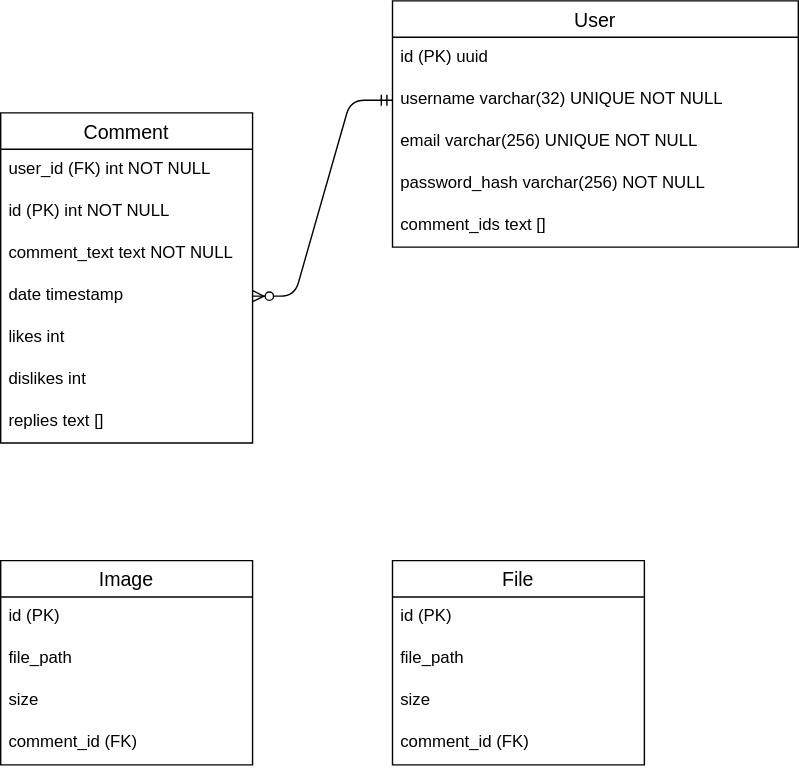
Earlier version of the draw.io export backend/prisma/db-docs.drawio.svg (philippOkie/comments). Source tidied: cells renumbered, new cells last; positions are measured from the earlier drawing's top-left corner, leaving out a move shared by most shapes. The source it was exported from:
```xml
<mxGraphModel>
  <root>
    <mxCell id="0" />
    <mxCell id="1" parent="0" />
    <mxCell id="2" value="User" style="swimlane;fontStyle=0;horizontal=1;startSize=26;align=center;fontSize=14;" parent="1" vertex="1">
      <mxGeometry x="280" width="290" height="176" as="geometry" />
    </mxCell>
    <mxCell id="3" value="id (PK) uuid" style="text;strokeColor=none;fillColor=none;spacingLeft=4;spacingRight=4;overflow=hidden;fontSize=12;" parent="2" vertex="1">
      <mxGeometry y="26" width="290" height="30" as="geometry" />
    </mxCell>
    <mxCell id="4" value="username varchar(32) UNIQUE NOT NULL" style="text;strokeColor=none;fillColor=none;spacingLeft=4;spacingRight=4;overflow=hidden;points=[[0,0.5],[1,0.5]];portConstraint=eastwest;fontSize=12;" parent="2" vertex="1">
      <mxGeometry y="56" width="290" height="30" as="geometry" />
    </mxCell>
    <mxCell id="5" value="email varchar(256) UNIQUE NOT NULL" style="text;strokeColor=none;fillColor=none;spacingLeft=4;spacingRight=4;overflow=hidden;fontSize=12;" parent="2" vertex="1">
      <mxGeometry y="86" width="290" height="30" as="geometry" />
    </mxCell>
    <mxCell id="6" value="password_hash varchar(256) NOT NULL" style="text;strokeColor=none;fillColor=none;spacingLeft=4;spacingRight=4;overflow=hidden;fontSize=12;" parent="2" vertex="1">
      <mxGeometry y="116" width="290" height="30" as="geometry" />
    </mxCell>
    <mxCell id="7" value="comment_ids text []" style="text;strokeColor=none;fillColor=none;spacingLeft=4;spacingRight=4;overflow=hidden;fontSize=12;" parent="2" vertex="1">
      <mxGeometry y="146" width="290" height="30" as="geometry" />
    </mxCell>
    <mxCell id="8" value="Comment" style="swimlane;fontStyle=0;horizontal=1;startSize=26;align=center;fontSize=14;" parent="1" vertex="1">
      <mxGeometry y="80" width="180" height="236" as="geometry" />
    </mxCell>
    <mxCell id="9" value="user_id (FK) int NOT NULL" style="text;strokeColor=none;fillColor=none;spacingLeft=4;spacingRight=4;overflow=hidden;fontSize=12;" parent="8" vertex="1">
      <mxGeometry y="26" width="180" height="30" as="geometry" />
    </mxCell>
    <mxCell id="10" value="id (PK) int NOT NULL" style="text;strokeColor=none;fillColor=none;spacingLeft=4;spacingRight=4;overflow=hidden;fontSize=12;" parent="8" vertex="1">
      <mxGeometry y="56" width="180" height="30" as="geometry" />
    </mxCell>
    <mxCell id="11" value="comment_text text NOT NULL" style="text;strokeColor=none;fillColor=none;spacingLeft=4;spacingRight=4;overflow=hidden;fontSize=12;" parent="8" vertex="1">
      <mxGeometry y="86" width="180" height="30" as="geometry" />
    </mxCell>
    <mxCell id="12" value="date timestamp" style="text;strokeColor=none;fillColor=none;spacingLeft=4;spacingRight=4;overflow=hidden;points=[[0,0.5],[1,0.5]];portConstraint=eastwest;fontSize=12;" parent="8" vertex="1">
      <mxGeometry y="116" width="180" height="30" as="geometry" />
    </mxCell>
    <mxCell id="13" value="likes int" style="text;strokeColor=none;fillColor=none;spacingLeft=4;spacingRight=4;overflow=hidden;fontSize=12;" parent="8" vertex="1">
      <mxGeometry y="146" width="180" height="30" as="geometry" />
    </mxCell>
    <mxCell id="14" value="dislikes int" style="text;strokeColor=none;fillColor=none;spacingLeft=4;spacingRight=4;overflow=hidden;fontSize=12;" parent="8" vertex="1">
      <mxGeometry y="176" width="180" height="30" as="geometry" />
    </mxCell>
    <mxCell id="15" value="replies text []" style="text;strokeColor=none;fillColor=none;spacingLeft=4;spacingRight=4;overflow=hidden;fontSize=12;" parent="8" vertex="1">
      <mxGeometry y="206" width="180" height="30" as="geometry" />
    </mxCell>
    <mxCell id="16" style="edgeStyle=entityRelationEdgeStyle;fontSize=12;html=1;endArrow=ERzeroToMany;startArrow=ERmandOne;exitX=0;exitY=0.5;exitDx=0;exitDy=0;entryX=1;entryY=0.5;entryDx=0;entryDy=0;" parent="1" edge="1" source="4" target="12">
      <mxGeometry relative="1" as="geometry" />
    </mxCell>
    <mxCell id="17" value="Image" style="swimlane;fontStyle=0;horizontal=1;startSize=26;align=center;fontSize=14;" parent="1" vertex="1">
      <mxGeometry y="400" width="180" height="146" as="geometry" />
    </mxCell>
    <mxCell id="18" value="id (PK)" style="text;strokeColor=none;fillColor=none;spacingLeft=4;spacingRight=4;overflow=hidden;fontSize=12;" parent="17" vertex="1">
      <mxGeometry y="26" width="180" height="30" as="geometry" />
    </mxCell>
    <mxCell id="19" value="file_path" style="text;strokeColor=none;fillColor=none;spacingLeft=4;spacingRight=4;overflow=hidden;fontSize=12;" parent="17" vertex="1">
      <mxGeometry y="56" width="180" height="30" as="geometry" />
    </mxCell>
    <mxCell id="20" value="size" style="text;strokeColor=none;fillColor=none;spacingLeft=4;spacingRight=4;overflow=hidden;fontSize=12;" parent="17" vertex="1">
      <mxGeometry y="86" width="180" height="30" as="geometry" />
    </mxCell>
    <mxCell id="21" value="comment_id (FK)" style="text;strokeColor=none;fillColor=none;spacingLeft=4;spacingRight=4;overflow=hidden;fontSize=12;" parent="17" vertex="1">
      <mxGeometry y="116" width="180" height="30" as="geometry" />
    </mxCell>
    <mxCell id="22" value="File" style="swimlane;fontStyle=0;horizontal=1;startSize=26;align=center;fontSize=14;" parent="1" vertex="1">
      <mxGeometry x="280" y="400" width="180" height="146" as="geometry" />
    </mxCell>
    <mxCell id="23" value="id (PK)" style="text;strokeColor=none;fillColor=none;spacingLeft=4;spacingRight=4;overflow=hidden;fontSize=12;" parent="22" vertex="1">
      <mxGeometry y="26" width="180" height="30" as="geometry" />
    </mxCell>
    <mxCell id="24" value="file_path" style="text;strokeColor=none;fillColor=none;spacingLeft=4;spacingRight=4;overflow=hidden;fontSize=12;" parent="22" vertex="1">
      <mxGeometry y="56" width="180" height="30" as="geometry" />
    </mxCell>
    <mxCell id="25" value="size" style="text;strokeColor=none;fillColor=none;spacingLeft=4;spacingRight=4;overflow=hidden;fontSize=12;" parent="22" vertex="1">
      <mxGeometry y="86" width="180" height="30" as="geometry" />
    </mxCell>
    <mxCell id="26" value="comment_id (FK)" style="text;strokeColor=none;fillColor=none;spacingLeft=4;spacingRight=4;overflow=hidden;fontSize=12;" parent="22" vertex="1">
      <mxGeometry y="116" width="180" height="30" as="geometry" />
    </mxCell>
  </root>
</mxGraphModel>
```
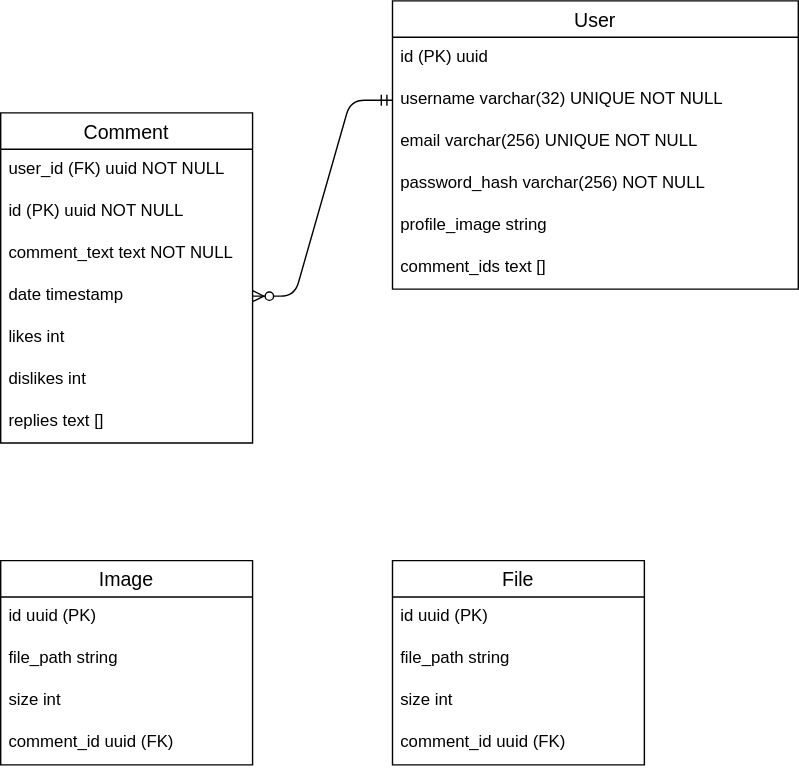
The same file after the commit.

Commit message:
use uuid, keep profile image, cleanup

The edit, as a diff of the source:
```diff
@@ -3,7 +3,7 @@
     <mxCell id="0" />
     <mxCell id="1" parent="0" />
     <mxCell id="2" value="User" style="swimlane;fontStyle=0;horizontal=1;startSize=26;align=center;fontSize=14;" parent="1" vertex="1">
-      <mxGeometry x="280" width="290" height="176" as="geometry" />
+      <mxGeometry x="280" width="290" height="206" as="geometry" />
     </mxCell>
     <mxCell id="3" value="id (PK) uuid" style="text;strokeColor=none;fillColor=none;spacingLeft=4;spacingRight=4;overflow=hidden;fontSize=12;" parent="2" vertex="1">
       <mxGeometry y="26" width="290" height="30" as="geometry" />
@@ -17,16 +17,19 @@
     <mxCell id="6" value="password_hash varchar(256) NOT NULL" style="text;strokeColor=none;fillColor=none;spacingLeft=4;spacingRight=4;overflow=hidden;fontSize=12;" parent="2" vertex="1">
       <mxGeometry y="116" width="290" height="30" as="geometry" />
     </mxCell>
+    <mxCell id="27" value="profile_image string" style="text;strokeColor=none;fillColor=none;spacingLeft=4;spacingRight=4;overflow=hidden;fontSize=12;" parent="2" vertex="1">
+      <mxGeometry y="146" width="290" height="30" as="geometry" />
+    </mxCell>
     <mxCell id="7" value="comment_ids text []" style="text;strokeColor=none;fillColor=none;spacingLeft=4;spacingRight=4;overflow=hidden;fontSize=12;" parent="2" vertex="1">
-      <mxGeometry y="146" width="290" height="30" as="geometry" />
+      <mxGeometry y="176" width="290" height="30" as="geometry" />
     </mxCell>
     <mxCell id="8" value="Comment" style="swimlane;fontStyle=0;horizontal=1;startSize=26;align=center;fontSize=14;" parent="1" vertex="1">
       <mxGeometry y="80" width="180" height="236" as="geometry" />
     </mxCell>
-    <mxCell id="9" value="user_id (FK) int NOT NULL" style="text;strokeColor=none;fillColor=none;spacingLeft=4;spacingRight=4;overflow=hidden;fontSize=12;" parent="8" vertex="1">
+    <mxCell id="9" value="user_id (FK) uuid NOT NULL" style="text;strokeColor=none;fillColor=none;spacingLeft=4;spacingRight=4;overflow=hidden;fontSize=12;" parent="8" vertex="1">
       <mxGeometry y="26" width="180" height="30" as="geometry" />
     </mxCell>
-    <mxCell id="10" value="id (PK) int NOT NULL" style="text;strokeColor=none;fillColor=none;spacingLeft=4;spacingRight=4;overflow=hidden;fontSize=12;" parent="8" vertex="1">
+    <mxCell id="10" value="id (PK) uuid NOT NULL" style="text;strokeColor=none;fillColor=none;spacingLeft=4;spacingRight=4;overflow=hidden;fontSize=12;" parent="8" vertex="1">
       <mxGeometry y="56" width="180" height="30" as="geometry" />
     </mxCell>
     <mxCell id="11" value="comment_text text NOT NULL" style="text;strokeColor=none;fillColor=none;spacingLeft=4;spacingRight=4;overflow=hidden;fontSize=12;" parent="8" vertex="1">
@@ -50,31 +53,31 @@
     <mxCell id="17" value="Image" style="swimlane;fontStyle=0;horizontal=1;startSize=26;align=center;fontSize=14;" parent="1" vertex="1">
       <mxGeometry y="400" width="180" height="146" as="geometry" />
     </mxCell>
-    <mxCell id="18" value="id (PK)" style="text;strokeColor=none;fillColor=none;spacingLeft=4;spacingRight=4;overflow=hidden;fontSize=12;" parent="17" vertex="1">
+    <mxCell id="18" value="id uuid (PK)" style="text;strokeColor=none;fillColor=none;spacingLeft=4;spacingRight=4;overflow=hidden;fontSize=12;" parent="17" vertex="1">
       <mxGeometry y="26" width="180" height="30" as="geometry" />
     </mxCell>
-    <mxCell id="19" value="file_path" style="text;strokeColor=none;fillColor=none;spacingLeft=4;spacingRight=4;overflow=hidden;fontSize=12;" parent="17" vertex="1">
+    <mxCell id="19" value="file_path string" style="text;strokeColor=none;fillColor=none;spacingLeft=4;spacingRight=4;overflow=hidden;fontSize=12;" parent="17" vertex="1">
       <mxGeometry y="56" width="180" height="30" as="geometry" />
     </mxCell>
-    <mxCell id="20" value="size" style="text;strokeColor=none;fillColor=none;spacingLeft=4;spacingRight=4;overflow=hidden;fontSize=12;" parent="17" vertex="1">
+    <mxCell id="20" value="size int" style="text;strokeColor=none;fillColor=none;spacingLeft=4;spacingRight=4;overflow=hidden;fontSize=12;" parent="17" vertex="1">
       <mxGeometry y="86" width="180" height="30" as="geometry" />
     </mxCell>
-    <mxCell id="21" value="comment_id (FK)" style="text;strokeColor=none;fillColor=none;spacingLeft=4;spacingRight=4;overflow=hidden;fontSize=12;" parent="17" vertex="1">
+    <mxCell id="21" value="comment_id uuid (FK)" style="text;strokeColor=none;fillColor=none;spacingLeft=4;spacingRight=4;overflow=hidden;fontSize=12;" parent="17" vertex="1">
       <mxGeometry y="116" width="180" height="30" as="geometry" />
     </mxCell>
     <mxCell id="22" value="File" style="swimlane;fontStyle=0;horizontal=1;startSize=26;align=center;fontSize=14;" parent="1" vertex="1">
       <mxGeometry x="280" y="400" width="180" height="146" as="geometry" />
     </mxCell>
-    <mxCell id="23" value="id (PK)" style="text;strokeColor=none;fillColor=none;spacingLeft=4;spacingRight=4;overflow=hidden;fontSize=12;" parent="22" vertex="1">
+    <mxCell id="23" value="id uuid (PK)" style="text;strokeColor=none;fillColor=none;spacingLeft=4;spacingRight=4;overflow=hidden;fontSize=12;" parent="22" vertex="1">
       <mxGeometry y="26" width="180" height="30" as="geometry" />
     </mxCell>
-    <mxCell id="24" value="file_path" style="text;strokeColor=none;fillColor=none;spacingLeft=4;spacingRight=4;overflow=hidden;fontSize=12;" parent="22" vertex="1">
+    <mxCell id="24" value="file_path string" style="text;strokeColor=none;fillColor=none;spacingLeft=4;spacingRight=4;overflow=hidden;fontSize=12;" parent="22" vertex="1">
       <mxGeometry y="56" width="180" height="30" as="geometry" />
     </mxCell>
-    <mxCell id="25" value="size" style="text;strokeColor=none;fillColor=none;spacingLeft=4;spacingRight=4;overflow=hidden;fontSize=12;" parent="22" vertex="1">
+    <mxCell id="25" value="size int" style="text;strokeColor=none;fillColor=none;spacingLeft=4;spacingRight=4;overflow=hidden;fontSize=12;" parent="22" vertex="1">
       <mxGeometry y="86" width="180" height="30" as="geometry" />
     </mxCell>
-    <mxCell id="26" value="comment_id (FK)" style="text;strokeColor=none;fillColor=none;spacingLeft=4;spacingRight=4;overflow=hidden;fontSize=12;" parent="22" vertex="1">
+    <mxCell id="26" value="comment_id uuid (FK)" style="text;strokeColor=none;fillColor=none;spacingLeft=4;spacingRight=4;overflow=hidden;fontSize=12;" parent="22" vertex="1">
       <mxGeometry y="116" width="180" height="30" as="geometry" />
     </mxCell>
   </root>
```
